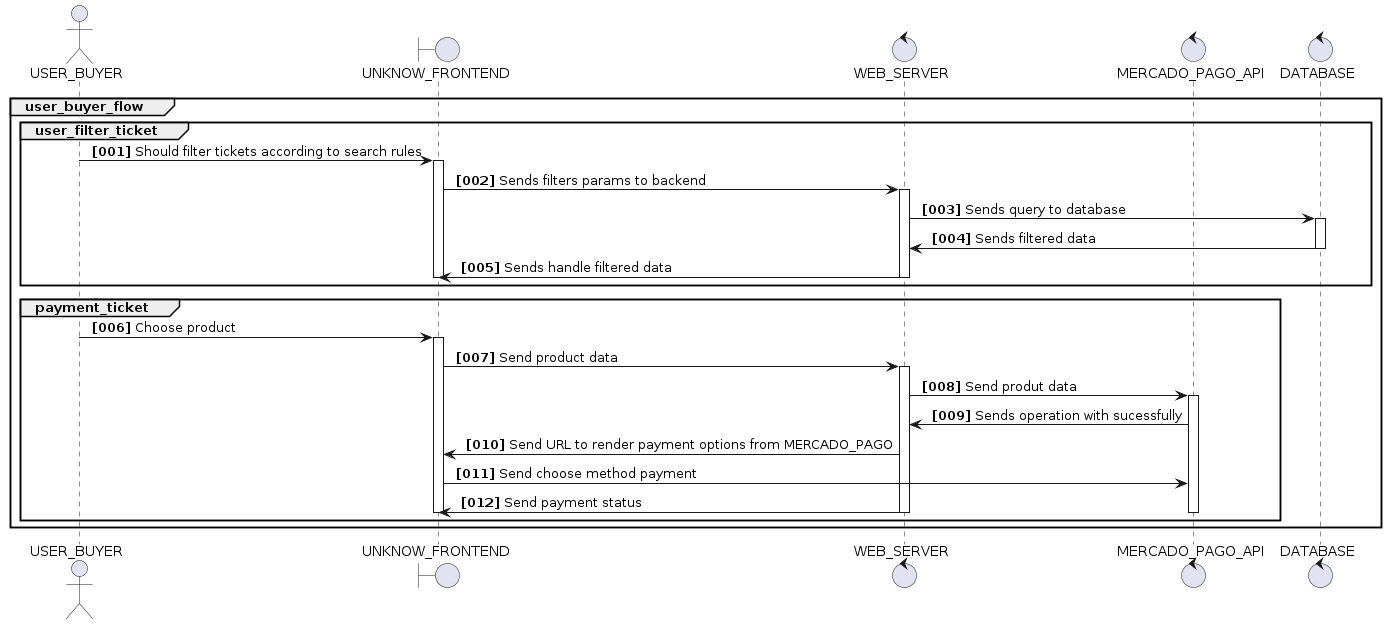
LucianoAjs/ticketsam keeps this PlantUML diagram as docs/sequence-diagram/unknow-user-buyer-flow/unknow-user-buyer-flow.png. Above is the earlier version. Its diagram source:
```plantuml
@startuml

actor USER_BUYER

boundary UNKNOW_FRONTEND

control WEB_SERVER
control MERCADO_PAGO_API
control DATABASE

autonumber "<b> [000]"


group user_buyer_flow
    group user_filter_ticket
      USER_BUYER -> UNKNOW_FRONTEND: Should filter tickets according to search rules
      activate UNKNOW_FRONTEND
      UNKNOW_FRONTEND -> WEB_SERVER: Sends filters params to backend
      activate WEB_SERVER
      WEB_SERVER -> DATABASE: Sends query to database
      activate DATABASE
      DATABASE -> WEB_SERVER: Sends filtered data
      deactivate DATABASE
      WEB_SERVER -> UNKNOW_FRONTEND: Sends handle filtered data
      deactivate UNKNOW_FRONTEND
      deactivate WEB_SERVER

    end

    group payment_ticket
      USER_BUYER -> UNKNOW_FRONTEND: Choose product
      activate UNKNOW_FRONTEND
      UNKNOW_FRONTEND -> WEB_SERVER: Send product data
      activate WEB_SERVER
      WEB_SERVER -> MERCADO_PAGO_API: Send produt data
      activate MERCADO_PAGO_API
      MERCADO_PAGO_API -> WEB_SERVER: Sends operation with sucessfully
      WEB_SERVER -> UNKNOW_FRONTEND: Send URL to render payment options from MERCADO_PAGO
      UNKNOW_FRONTEND -> MERCADO_PAGO_API: Send choose method payment
      WEB_SERVER -> UNKNOW_FRONTEND: Send payment status
      deactivate WEB_SERVER
      deactivate UNKNOW_FRONTEND
      deactivate MERCADO_PAGO_API


    end

  end

@enduml
```
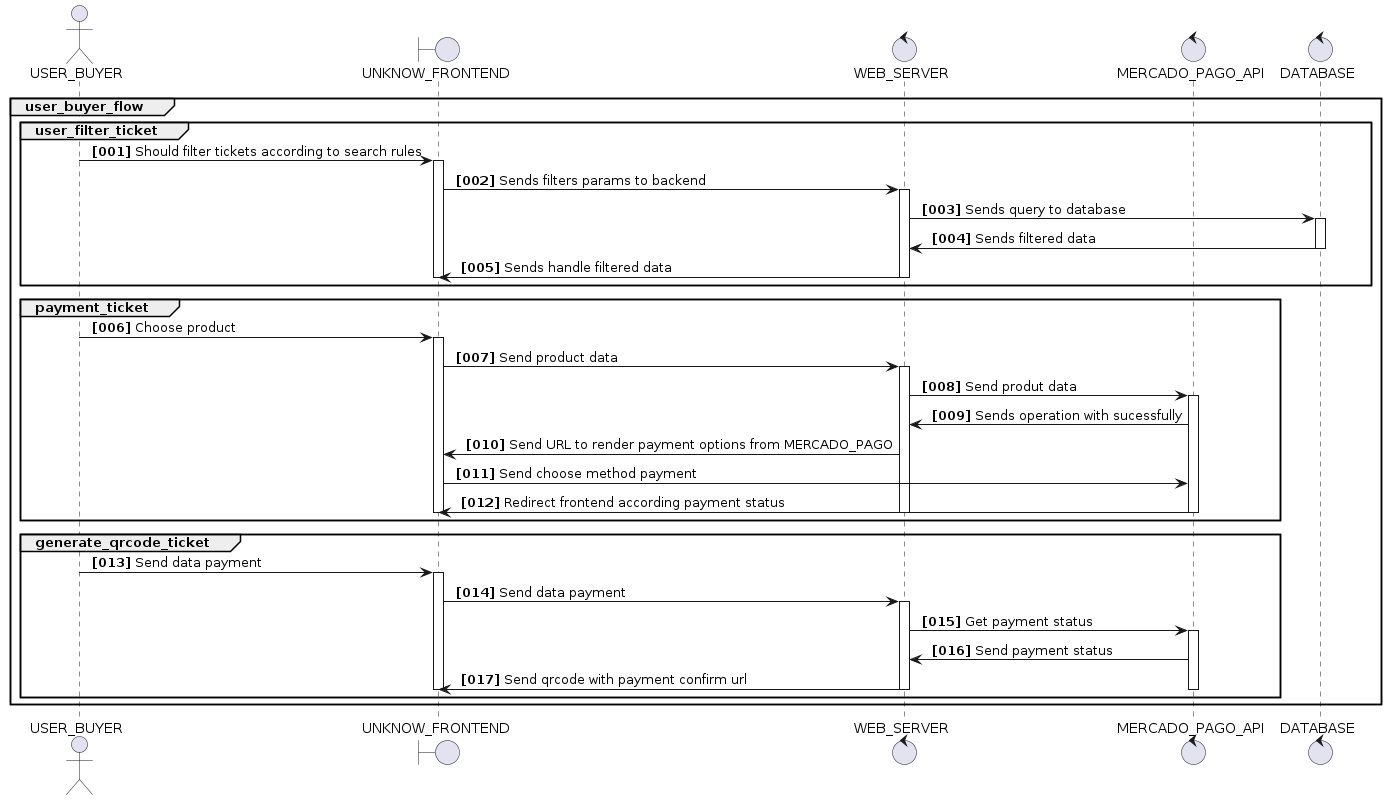
Above is the later version.

The edit, as a diff of the source:
```diff
@@ -37,7 +37,7 @@
       MERCADO_PAGO_API -> WEB_SERVER: Sends operation with sucessfully
       WEB_SERVER -> UNKNOW_FRONTEND: Send URL to render payment options from MERCADO_PAGO
       UNKNOW_FRONTEND -> MERCADO_PAGO_API: Send choose method payment
-      WEB_SERVER -> UNKNOW_FRONTEND: Send payment status
+      MERCADO_PAGO_API -> UNKNOW_FRONTEND: Redirect frontend according payment status
       deactivate WEB_SERVER
       deactivate UNKNOW_FRONTEND
       deactivate MERCADO_PAGO_API
@@ -45,6 +45,20 @@
 
     end
 
+    group generate_qrcode_ticket
+      USER_BUYER -> UNKNOW_FRONTEND: Send data payment
+      activate UNKNOW_FRONTEND
+      UNKNOW_FRONTEND -> WEB_SERVER: Send data payment
+      activate WEB_SERVER
+      WEB_SERVER -> MERCADO_PAGO_API: Get payment status
+      activate MERCADO_PAGO_API
+      MERCADO_PAGO_API -> WEB_SERVER: Send payment status
+      WEB_SERVER -> UNKNOW_FRONTEND: Send qrcode with payment confirm url
+      deactivate WEB_SERVER
+      deactivate UNKNOW_FRONTEND
+      deactivate MERCADO_PAGO_API
+    end
+
   end
 
 @enduml
```
